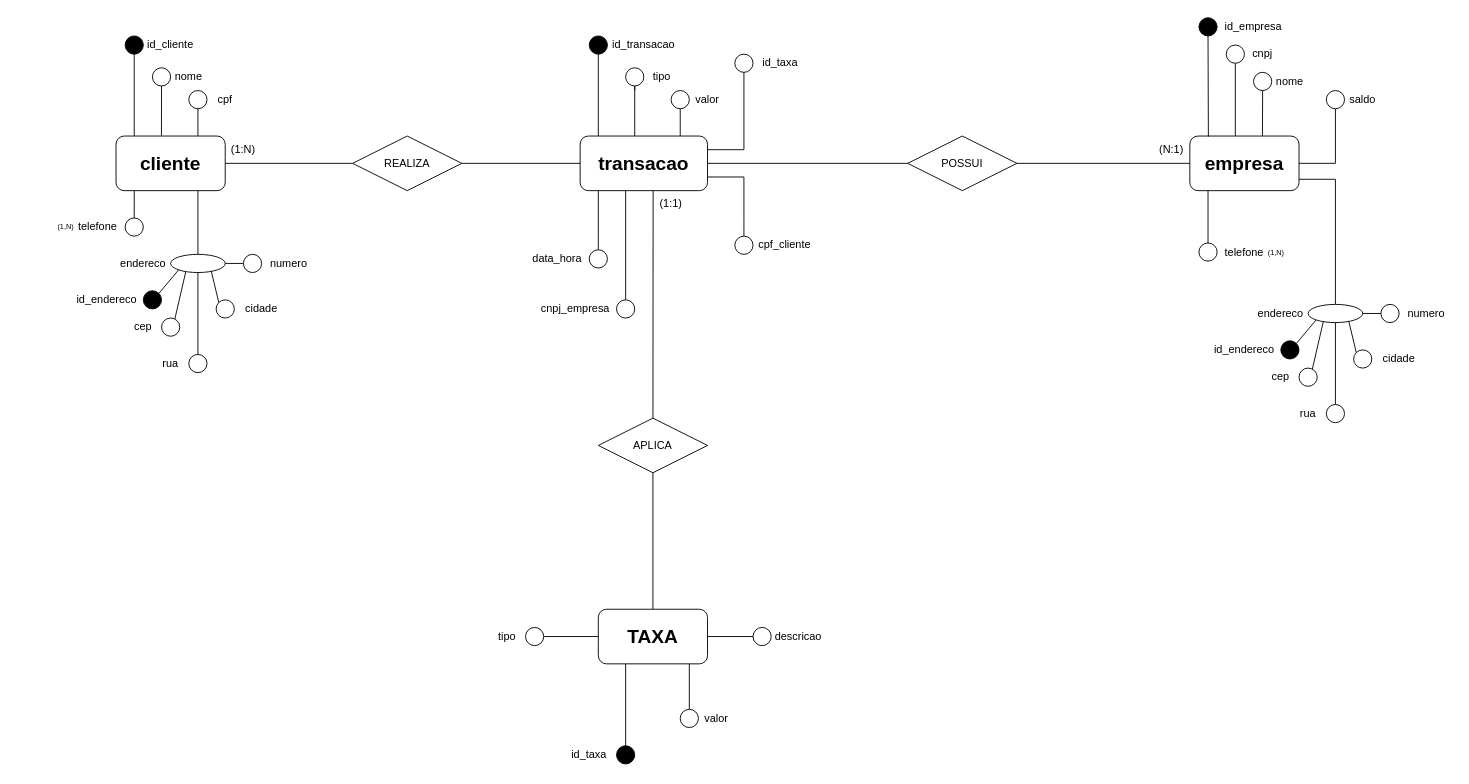
RudeBoyOne/teste-tgid keeps this draw.io diagram as documentation/mer.drawio. Above is the earlier version. Source tidied: cells renumbered, new cells numbered last; positions are measured from the earlier drawing's top-left corner, leaving out a move shared by most shapes. Both pictures are drawn from the tidied source at 91%, with x=0, y=0 at pixel (52, 15).
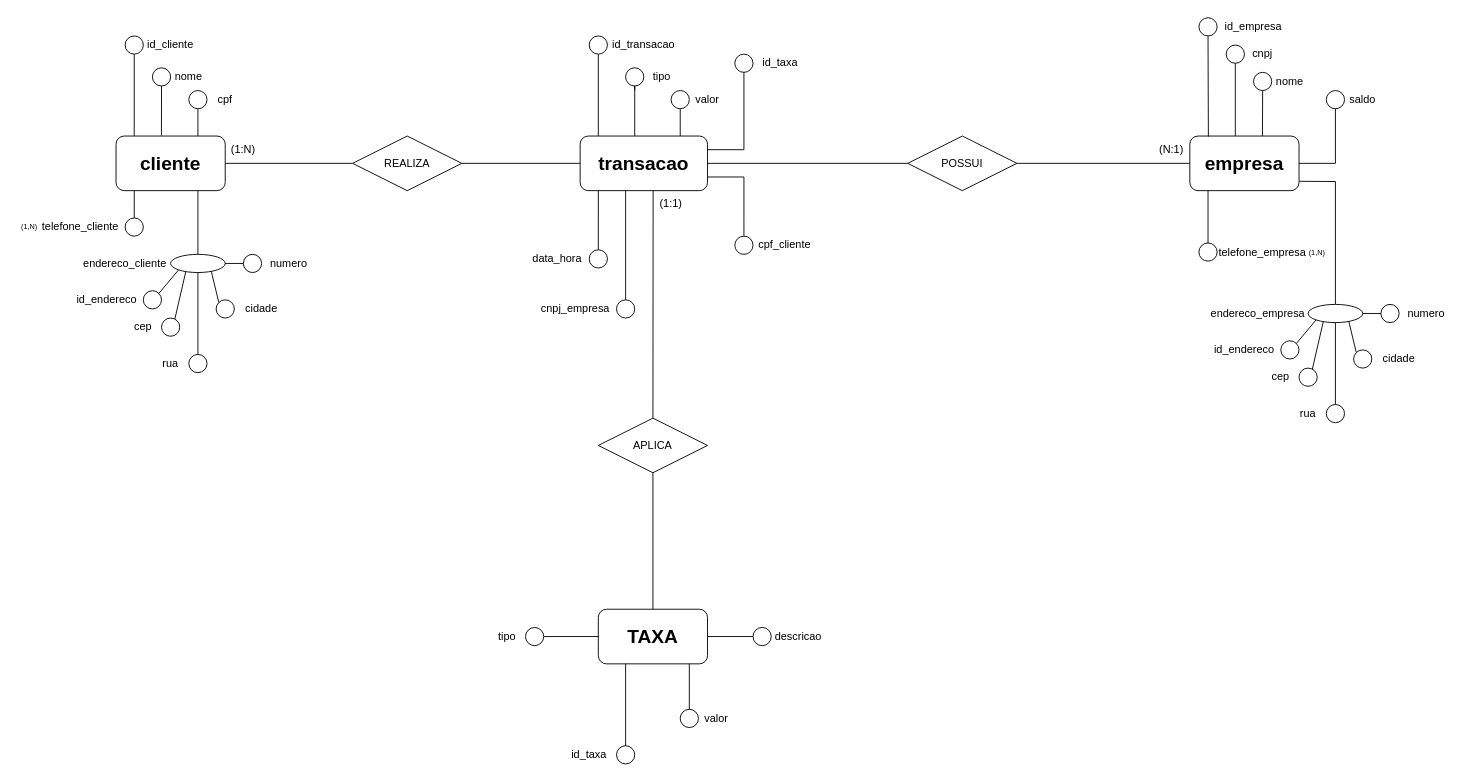
The same diagram, later.

The change refers to these unchanged cells:
```xml
<mxCell id="7" style="group;" parent="1" vertex="1">
  <mxGeometry x="20" y="257" width="270" height="140" as="geometry" />
</mxCell>
<mxCell id="10" style="group;" parent="7" vertex="1">
  <mxGeometry y="15" width="100" height="57.5" as="geometry" />
</mxCell>
<mxCell id="84" value="empresa" style="rounded=1;whiteSpace=wrap;html=1;fontStyle=1;fontSize=21;" parent="1" vertex="1">
  <mxGeometry x="1250" y="132" width="120" height="60" as="geometry" />
</mxCell>
<mxCell id="86" style="group;" parent="1" vertex="1">
  <mxGeometry x="1270" y="312" width="270" height="140" as="geometry" />
</mxCell>
<mxCell id="87" style="ellipse;whiteSpace=wrap;html=1;" parent="86" vertex="1">
  <mxGeometry x="110" y="5" width="60" height="20" as="geometry" />
</mxCell>
<mxCell id="89" style="group;" parent="86" vertex="1">
  <mxGeometry y="15" width="100" height="57.5" as="geometry" />
</mxCell>
```

Change to the diagram source:
```diff
@@
-    <mxCell id="5" value="telefone" style="text;html=1;align=center;verticalAlign=middle;whiteSpace=wrap;rounded=0;" parent="1" vertex="1">
-      <mxGeometry x="20" y="217" width="60" height="30" as="geometry" />
+    <mxCell id="5" value="telefone_cliente" style="text;html=1;align=center;verticalAlign=middle;whiteSpace=wrap;rounded=0;" parent="1" vertex="1">
+      <mxGeometry x="30" y="217" height="30" as="geometry" />
     </mxCell>
@@
-    <mxCell id="9" value="endereco" style="text;html=1;align=center;verticalAlign=middle;whiteSpace=wrap;rounded=0;" parent="7" vertex="1">
-      <mxGeometry x="50" width="60" height="30" as="geometry" />
+    <mxCell id="9" value="endereco_cliente" style="text;html=1;align=center;verticalAlign=middle;whiteSpace=wrap;rounded=0;" parent="7" vertex="1">
+      <mxGeometry x="10" width="100" height="30" as="geometry" />
     </mxCell>
@@
-    <mxCell id="11" style="ellipse;whiteSpace=wrap;html=1;fillColor=#000000;" parent="10" vertex="1">
+    <mxCell id="11" style="ellipse;whiteSpace=wrap;html=1;" parent="10" vertex="1">
       <mxGeometry x="80" y="30" width="20" height="20" as="geometry" />
     </mxCell>
@@
-    <mxCell id="27" style="ellipse;whiteSpace=wrap;html=1;fillColor=#000000;" parent="1" vertex="1">
+    <mxCell id="27" style="ellipse;whiteSpace=wrap;html=1;fillColor=#FFFFFF;" parent="1" vertex="1">
       <mxGeometry x="80" y="22" width="20" height="20" as="geometry" />
     </mxCell>
@@
     <mxCell id="35" value="(1,N)" style="text;html=1;align=center;verticalAlign=middle;whiteSpace=wrap;rounded=0;fontSize=8;" parent="1" vertex="1">
-      <mxGeometry y="222" width="30" height="20" as="geometry" />
+      <mxGeometry x="-40" y="222" width="30" height="20" as="geometry" />
     </mxCell>
@@
-    <mxCell id="41" style="ellipse;whiteSpace=wrap;html=1;fillColor=#000000;" parent="1" vertex="1">
+    <mxCell id="41" style="ellipse;whiteSpace=wrap;html=1;fillColor=#FFFFFF;" parent="1" vertex="1">
       <mxGeometry x="590" y="22" width="20" height="20" as="geometry" />
     </mxCell>
@@
-    <mxCell id="67" style="ellipse;whiteSpace=wrap;html=1;fillColor=#000000;" parent="1" vertex="1">
+    <mxCell id="67" style="ellipse;whiteSpace=wrap;html=1;fillColor=#FFFFFF;" parent="1" vertex="1">
       <mxGeometry x="620" y="802" width="20" height="20" as="geometry" />
     </mxCell>
@@
-    <mxCell id="88" value="endereco" style="text;html=1;align=center;verticalAlign=middle;whiteSpace=wrap;rounded=0;" parent="86" vertex="1">
-      <mxGeometry x="50" width="60" height="30" as="geometry" />
+    <mxCell id="88" value="endereco_empresa" style="text;html=1;align=center;verticalAlign=middle;whiteSpace=wrap;rounded=0;" parent="86" vertex="1">
+      <mxGeometry width="110" height="30" as="geometry" />
     </mxCell>
@@
-    <mxCell id="90" style="ellipse;whiteSpace=wrap;html=1;fillColor=#000000;" parent="89" vertex="1">
+    <mxCell id="90" style="ellipse;whiteSpace=wrap;html=1;" parent="89" vertex="1">
       <mxGeometry x="80" y="30" width="20" height="20" as="geometry" />
     </mxCell>
@@
-    <mxCell id="105" style="endArrow=none;html=1;rounded=0;" parent="1" edge="1" target="87">
+    <mxCell id="105" style="endArrow=none;html=1;rounded=0;exitX=1.003;exitY=0.829;exitDx=0;exitDy=0;exitPerimeter=0;" parent="1" edge="1" source="84" target="87">
       <mxGeometry relative="1" as="geometry">
-        <mxPoint x="1370" y="179.5" as="sourcePoint" />
         <Array as="points">
-          <mxPoint x="1410" y="179.5" />
+          <mxPoint x="1410" y="182" />
         </Array>
       </mxGeometry>
     </mxCell>
-    <mxCell id="106" style="ellipse;whiteSpace=wrap;html=1;fillColor=#000000;" parent="1" vertex="1">
+    <mxCell id="106" style="ellipse;whiteSpace=wrap;html=1;fillColor=#FFFFFF;" parent="1" vertex="1">
       <mxGeometry x="1260" y="2" width="20" height="20" as="geometry" />
     </mxCell>
@@
-    <mxCell id="119" value="telefone" style="text;html=1;align=center;verticalAlign=middle;whiteSpace=wrap;rounded=0;" parent="1" vertex="1">
-      <mxGeometry x="1280" y="244.5" width="60" height="30" as="geometry" />
+    <mxCell id="119" value="telefone_empresa" style="text;html=1;align=center;verticalAlign=middle;whiteSpace=wrap;rounded=0;" parent="1" vertex="1">
+      <mxGeometry x="1300" y="244.5" width="60" height="30" as="geometry" />
     </mxCell>
     <mxCell id="120" value="(1,N)" style="text;html=1;align=center;verticalAlign=middle;whiteSpace=wrap;rounded=0;fontSize=8;" parent="1" vertex="1">
-      <mxGeometry x="1330" y="249.5" width="30" height="20" as="geometry" />
+      <mxGeometry x="1380" y="249.5" width="20" height="20" as="geometry" />
     </mxCell>
```
